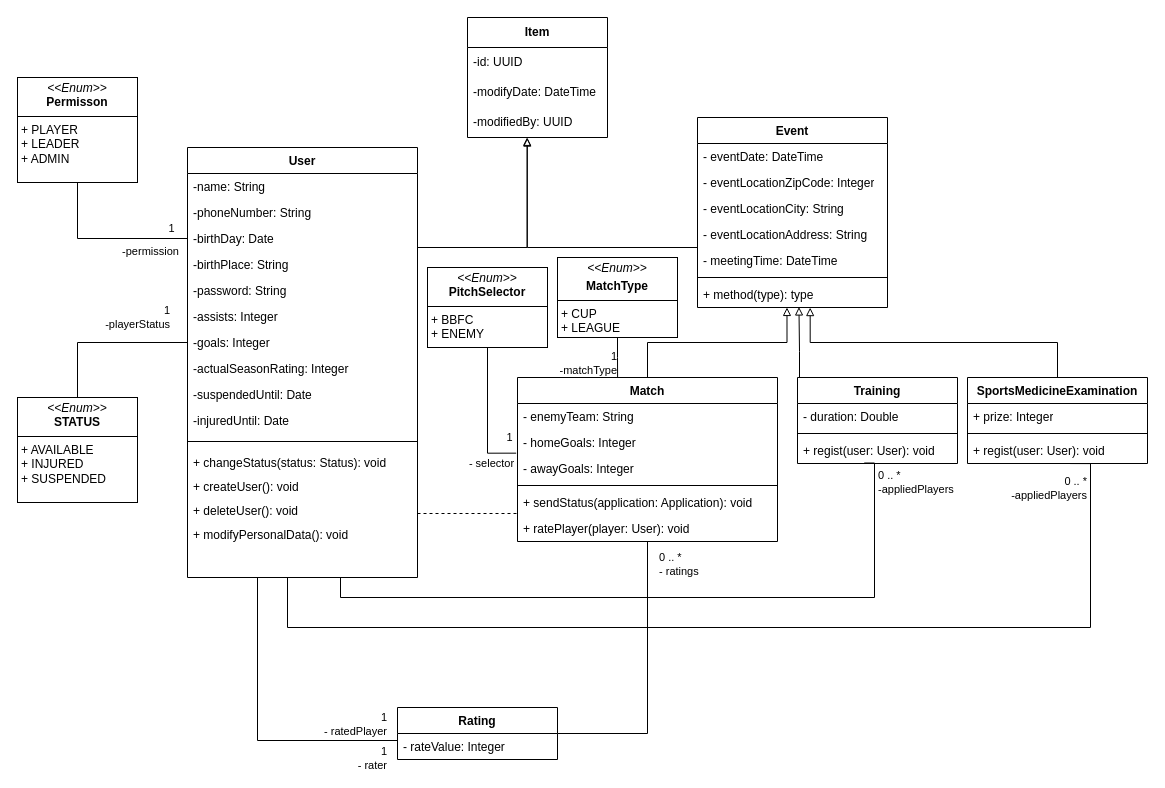
Above: uml/bbfc_app.drawio in rigopeti96/bbfc_app (draw.io), before the change. Source tidied: cells renumbered, new cells numbered last; positions are measured from the earlier drawing's top-left corner, leaving out a move shared by most shapes. Both pictures are drawn from the tidied source at 100%, with x=0, y=0 at pixel (17, 17).
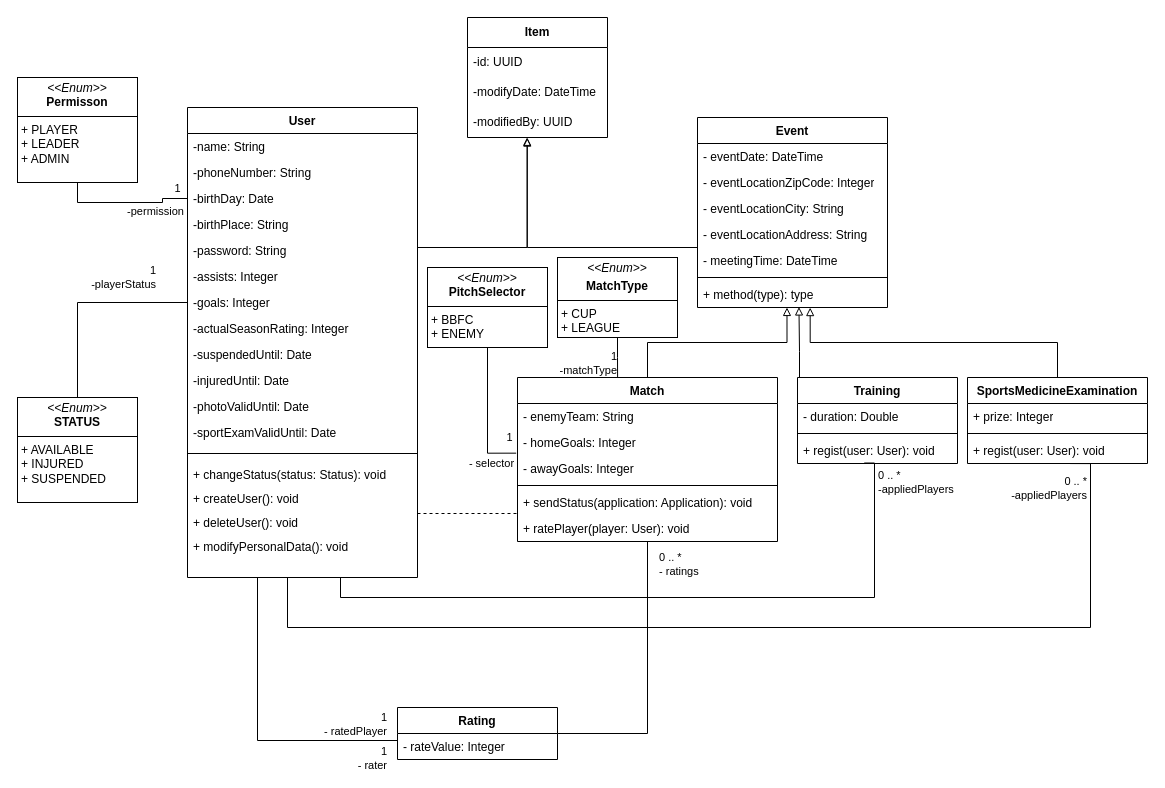
After the change.

Commit message:
seniority page done

Diff of the diagram source:
```diff
@@
     <mxCell id="6" value="User&#10;" style="swimlane;fontStyle=1;align=center;verticalAlign=top;horizontal=1;startSize=26;rounded=0;shadow=0;strokeWidth=1;" parent="1" vertex="1">
-      <mxGeometry x="170" y="130" width="230" height="430" as="geometry" />
+      <mxGeometry x="170" y="90" width="230" height="470" as="geometry" />
     </mxCell>
@@
+    <mxCell id="78" value="-photoValidUntil: Date&#10;" style="text;align=left;verticalAlign=top;spacingLeft=4;spacingRight=4;overflow=hidden;rounded=0;shadow=0;html=0;" parent="6" vertex="1">
+      <mxGeometry y="286" width="230" height="26" as="geometry" />
+    </mxCell>
+    <mxCell id="79" value="-sportExamValidUntil: Date&#10;" style="text;align=left;verticalAlign=top;spacingLeft=4;spacingRight=4;overflow=hidden;rounded=0;shadow=0;html=0;" parent="6" vertex="1">
+      <mxGeometry y="312" width="230" height="26" as="geometry" />
+    </mxCell>
     <mxCell id="17" style="line;html=1;strokeWidth=1;align=left;verticalAlign=middle;spacingTop=-1;spacingLeft=3;spacingRight=3;labelPosition=right;" parent="6" vertex="1">
-      <mxGeometry y="286" width="230" height="16" as="geometry" />
+      <mxGeometry y="338" width="230" height="16" as="geometry" />
     </mxCell>
     <mxCell id="18" value="+ changeStatus(status: Status): void" style="text;align=left;verticalAlign=top;spacingLeft=4;spacingRight=4;overflow=hidden;" parent="6" vertex="1">
-      <mxGeometry y="302" width="230" height="24" as="geometry" />
+      <mxGeometry y="354" width="230" height="24" as="geometry" />
     </mxCell>
     <mxCell id="19" value="+ createUser(): void" style="text;align=left;verticalAlign=top;spacingLeft=4;spacingRight=4;overflow=hidden;" parent="6" vertex="1">
-      <mxGeometry y="326" width="230" height="24" as="geometry" />
+      <mxGeometry y="378" width="230" height="24" as="geometry" />
     </mxCell>
     <mxCell id="20" value="+ deleteUser(): void" style="text;align=left;verticalAlign=top;spacingLeft=4;spacingRight=4;overflow=hidden;" parent="6" vertex="1">
-      <mxGeometry y="350" width="230" height="24" as="geometry" />
+      <mxGeometry y="402" width="230" height="24" as="geometry" />
     </mxCell>
     <mxCell id="21" value="+ modifyPersonalData(): void" style="text;align=left;verticalAlign=top;spacingLeft=4;spacingRight=4;overflow=hidden;" parent="6" vertex="1">
-      <mxGeometry y="374" width="230" height="24" as="geometry" />
+      <mxGeometry y="426" width="230" height="24" as="geometry" />
     </mxCell>
```
